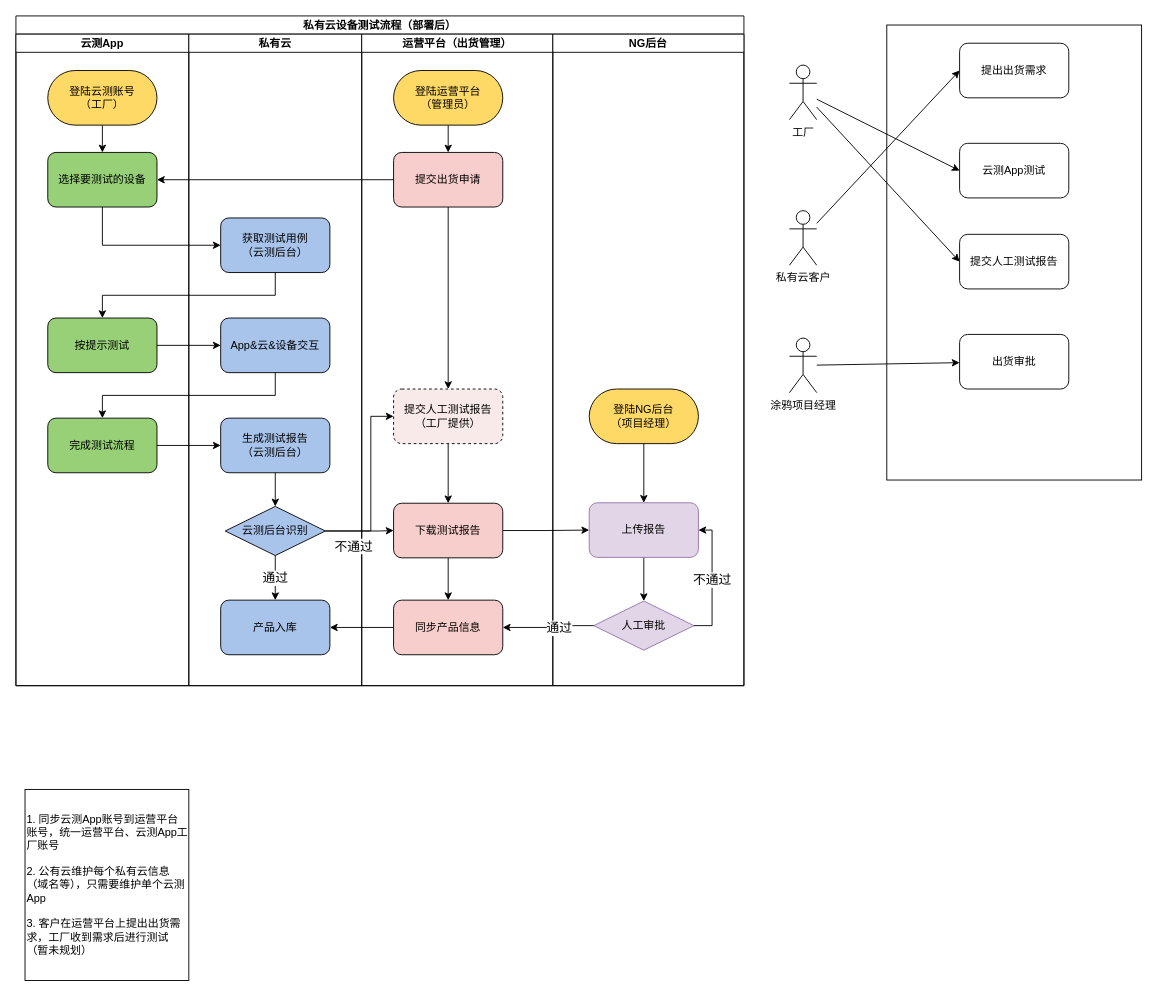
Sidamor/drawio keeps this draw.io diagram as page "出货流程" (4 of 4) of Cube_workflow.drawio. Above is the earlier version. Source tidied: cells renumbered, new cells numbered last; positions are measured from the earlier drawing's top-left corner, leaving out a move shared by most shapes. Both pictures are drawn from the tidied source at 91%, with x=0, y=0 at pixel (15, 15).
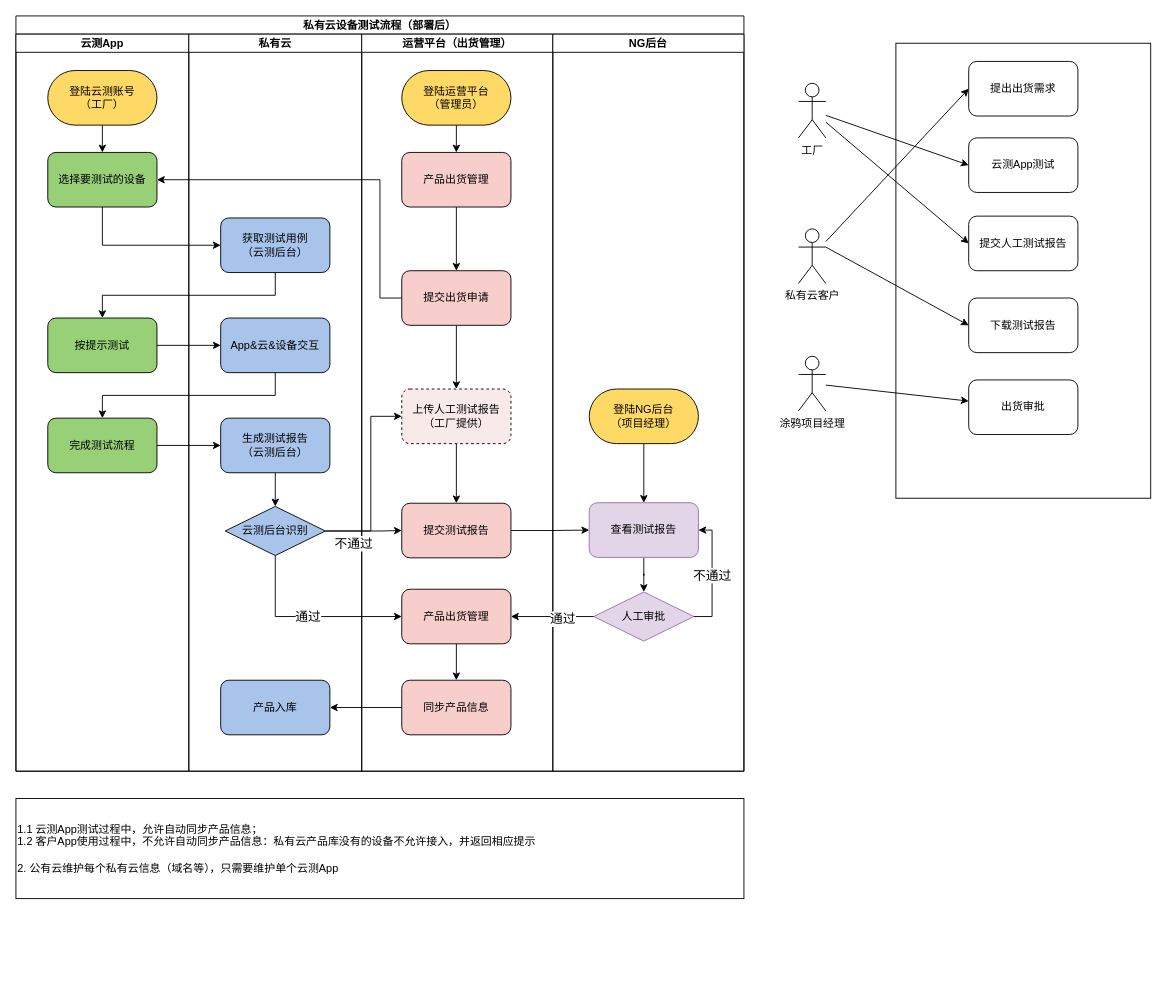
After the change.

Unchanged cells that the change refers to:
```xml
<mxCell id="6" value="私有云客户" style="shape=umlActor;verticalLabelPosition=bottom;verticalAlign=top;html=1;outlineConnect=0;" parent="2" vertex="1">
  <mxGeometry y="204" width="30" height="60" as="geometry" />
</mxCell>
<mxCell id="19" value="选择要测试的设备" style="rounded=1;whiteSpace=wrap;html=1;fillColor=#97D077;" parent="16" vertex="1">
  <mxGeometry x="35" y="130" width="120" height="60" as="geometry" />
</mxCell>
<mxCell id="28" value="云测后台识别" style="rhombus;whiteSpace=wrap;html=1;fillColor=#A9C4EB;" parent="22" vertex="1">
  <mxGeometry x="40" y="519" width="110" height="54" as="geometry" />
</mxCell>
```

Change to the diagram source:
```diff
@@
     <mxCell id="2" style="group;" parent="1" vertex="1">
-      <mxGeometry x="850" y="10" width="387" height="500" as="geometry" />
+      <mxGeometry x="860" y="30" width="387" height="500" as="geometry" />
     </mxCell>
@@
+    <mxCell id="61" style="rounded=0;jettySize=auto;html=1;exitX=1;exitY=0.3333333333333333;exitDx=0;exitDy=0;exitPerimeter=0;entryX=0;entryY=0.5;entryDx=0;entryDy=0;" parent="2" edge="1" source="6" target="62">
+      <mxGeometry relative="1" as="geometry" />
+    </mxCell>
@@
     <mxCell id="7" value="云测App测试" style="rounded=1;whiteSpace=wrap;html=1;" parent="2" vertex="1">
-      <mxGeometry x="187" y="130" width="120" height="60" as="geometry" />
+      <mxGeometry x="187" y="104" width="120" height="60" as="geometry" />
     </mxCell>
@@
     <mxCell id="11" value="提交人工测试报告" style="rounded=1;whiteSpace=wrap;html=1;" parent="2" vertex="1">
-      <mxGeometry x="187" y="230" width="120" height="60" as="geometry" />
+      <mxGeometry x="187" y="190" width="120" height="60" as="geometry" />
     </mxCell>
@@
     <mxCell id="13" value="出货审批" style="rounded=1;whiteSpace=wrap;html=1;" parent="2" vertex="1">
-      <mxGeometry x="187" y="340" width="120" height="60" as="geometry" />
+      <mxGeometry x="187" y="370" width="120" height="60" as="geometry" />
     </mxCell>
@@
+    <mxCell id="62" value="下载测试报告" style="rounded=1;whiteSpace=wrap;html=1;" parent="2" vertex="1">
+      <mxGeometry x="187" y="280" width="120" height="60" as="geometry" />
+    </mxCell>
     <mxCell id="15" value="私有云设备测试流程（部署后）" style="swimlane;startSize=20;" parent="1" vertex="1">
-      <mxGeometry width="800" height="736" as="geometry" />
+      <mxGeometry width="800" height="830" as="geometry" />
     </mxCell>
     <mxCell id="16" value="云测App" style="swimlane;startSize=20;" parent="15" vertex="1">
-      <mxGeometry y="20" width="190" height="716" as="geometry" />
+      <mxGeometry y="20" width="190" height="810" as="geometry" />
     </mxCell>
@@
     <mxCell id="22" value="私有云" style="swimlane;startSize=20;" parent="15" vertex="1">
-      <mxGeometry x="190" y="20" width="190" height="716" as="geometry" />
+      <mxGeometry x="190" y="20" width="190" height="810" as="geometry" />
     </mxCell>
@@
-    <mxCell id="27" value="通过" style="edgeStyle=orthogonalEdgeStyle;rounded=0;jettySize=auto;html=1;exitX=0.5;exitY=1;exitDx=0;exitDy=0;startArrow=none;startFill=0;fontSize=14;" parent="22" edge="1" source="28" target="29">
-      <mxGeometry relative="1" as="geometry" />
-    </mxCell>
@@
     <mxCell id="29" value="产品入库" style="rounded=1;whiteSpace=wrap;html=1;fillColor=#A9C4EB;" parent="22" vertex="1">
-      <mxGeometry x="35" y="622" width="120" height="60" as="geometry" />
+      <mxGeometry x="35" y="710" width="120" height="60" as="geometry" />
     </mxCell>
     <mxCell id="30" value="运营平台（出货管理）" style="swimlane;startSize=20;" parent="15" vertex="1">
-      <mxGeometry x="380" y="20" width="210" height="716" as="geometry" />
+      <mxGeometry x="380" y="20" width="210" height="810" as="geometry" />
     </mxCell>
@@
-    <mxCell id="32" style="edgeStyle=orthogonalEdgeStyle;rounded=0;jettySize=auto;html=1;exitX=0.5;exitY=1;exitDx=0;exitDy=0;entryX=0.5;entryY=0;entryDx=0;entryDy=0;startArrow=none;startFill=0;" parent="30" edge="1" source="33" target="35">
-      <mxGeometry relative="1" as="geometry" />
-    </mxCell>
+    <mxCell id="63" style="edgeStyle=orthogonalEdgeStyle;rounded=0;jettySize=auto;html=1;exitX=0.5;exitY=1;exitDx=0;exitDy=0;entryX=0.5;entryY=0;entryDx=0;entryDy=0;" parent="30" edge="1" source="33" target="67">
+      <mxGeometry relative="1" as="geometry" />
+    </mxCell>
     <mxCell id="33" value="登陆运营平台&lt;br&gt;（管理员）" style="rounded=1;whiteSpace=wrap;html=1;fillColor=#FFD966;arcSize=50;" parent="30" vertex="1">
-      <mxGeometry x="35" y="40" width="120" height="60" as="geometry" />
+      <mxGeometry x="44" y="40" width="120" height="60" as="geometry" />
     </mxCell>
@@
     <mxCell id="35" value="提交出货申请" style="rounded=1;whiteSpace=wrap;html=1;fillColor=#F8CECC;" parent="30" vertex="1">
-      <mxGeometry x="35" y="130" width="120" height="60" as="geometry" />
+      <mxGeometry x="44" y="260" width="120" height="60" as="geometry" />
     </mxCell>
-    <mxCell id="36" value="提交人工测试报告&lt;br&gt;（工厂提供）" style="rounded=1;whiteSpace=wrap;html=1;fillColor=#F8EAE9;dashed=1;" parent="30" vertex="1">
-      <mxGeometry x="35" y="390" width="120" height="60" as="geometry" />
+    <mxCell id="36" value="上传人工测试报告&lt;br&gt;（工厂提供）" style="rounded=1;whiteSpace=wrap;html=1;fillColor=#F8EAE9;dashed=1;" parent="30" vertex="1">
+      <mxGeometry x="44" y="390" width="120" height="60" as="geometry" />
     </mxCell>
-    <mxCell id="37" style="edgeStyle=orthogonalEdgeStyle;rounded=0;jettySize=auto;html=1;startArrow=none;startFill=0;" parent="30" edge="1" source="38" target="39">
-      <mxGeometry relative="1" as="geometry" />
-    </mxCell>
-    <mxCell id="38" value="下载测试报告" style="rounded=1;whiteSpace=wrap;html=1;fillColor=#F8CECC;" parent="30" vertex="1">
-      <mxGeometry x="35" y="515.5" width="120" height="60" as="geometry" />
+    <mxCell id="38" value="提交测试报告" style="rounded=1;whiteSpace=wrap;html=1;fillColor=#F8CECC;" parent="30" vertex="1">
+      <mxGeometry x="44" y="515.5" width="120" height="60" as="geometry" />
     </mxCell>
     <mxCell id="39" value="同步产品信息" style="rounded=1;whiteSpace=wrap;html=1;fillColor=#F8CECC;" parent="30" vertex="1">
-      <mxGeometry x="35" y="622" width="120" height="60" as="geometry" />
+      <mxGeometry x="44" y="710" width="120" height="60" as="geometry" />
     </mxCell>
+    <mxCell id="64" style="edgeStyle=orthogonalEdgeStyle;rounded=0;jettySize=auto;html=1;exitX=0.5;exitY=1;exitDx=0;exitDy=0;entryX=0.5;entryY=0;entryDx=0;entryDy=0;" parent="30" edge="1" source="65" target="39">
+      <mxGeometry relative="1" as="geometry" />
+    </mxCell>
+    <mxCell id="65" value="产品出货管理" style="rounded=1;whiteSpace=wrap;html=1;fillColor=#F8CECC;" parent="30" vertex="1">
+      <mxGeometry x="44" y="610" width="120" height="60" as="geometry" />
+    </mxCell>
+    <mxCell id="66" style="edgeStyle=orthogonalEdgeStyle;rounded=0;jettySize=auto;html=1;exitX=0.5;exitY=1;exitDx=0;exitDy=0;entryX=0.5;entryY=0;entryDx=0;entryDy=0;" parent="30" edge="1" source="67" target="35">
+      <mxGeometry relative="1" as="geometry" />
+    </mxCell>
+    <mxCell id="67" value="产品出货管理" style="rounded=1;whiteSpace=wrap;html=1;fillColor=#F8CECC;" parent="30" vertex="1">
+      <mxGeometry x="44" y="130" width="120" height="60" as="geometry" />
+    </mxCell>
     <mxCell id="40" value="NG后台" style="swimlane;startSize=20;" parent="15" vertex="1">
-      <mxGeometry x="590" y="20" width="210" height="716" as="geometry" />
+      <mxGeometry x="590" y="20" width="210" height="810" as="geometry" />
     </mxCell>
@@
-    <mxCell id="42" value="上传报告" style="rounded=1;whiteSpace=wrap;html=1;fillColor=#e1d5e7;strokeColor=#9673a6;" parent="40" vertex="1">
+    <mxCell id="42" value="查看测试报告" style="rounded=1;whiteSpace=wrap;html=1;fillColor=#e1d5e7;strokeColor=#9673a6;" parent="40" vertex="1">
       <mxGeometry x="40" y="515" width="120" height="60" as="geometry" />
     </mxCell>
@@
     <mxCell id="46" value="人工审批" style="rhombus;whiteSpace=wrap;html=1;fillColor=#e1d5e7;strokeColor=#9673a6;" parent="40" vertex="1">
-      <mxGeometry x="45" y="623" width="110" height="54" as="geometry" />
+      <mxGeometry x="45" y="613" width="110" height="54" as="geometry" />
     </mxCell>
@@
-    <mxCell id="52" style="edgeStyle=orthogonalEdgeStyle;rounded=0;jettySize=auto;html=1;exitX=0;exitY=0.5;exitDx=0;exitDy=0;entryX=1;entryY=0.5;entryDx=0;entryDy=0;startArrow=none;startFill=0;" parent="15" edge="1" source="35" target="19">
-      <mxGeometry relative="1" as="geometry" />
-    </mxCell>
@@
-    <mxCell id="58" style="edgeStyle=orthogonalEdgeStyle;rounded=0;jettySize=auto;html=1;exitX=0;exitY=0.5;exitDx=0;exitDy=0;fontSize=14;startArrow=none;startFill=0;" parent="15" edge="1" source="46" target="39">
+    <mxCell id="58" style="edgeStyle=orthogonalEdgeStyle;rounded=0;jettySize=auto;html=1;exitX=0;exitY=0.5;exitDx=0;exitDy=0;fontSize=14;startArrow=none;startFill=0;entryX=1;entryY=0.5;entryDx=0;entryDy=0;" parent="15" edge="1" source="46" target="65">
       <mxGeometry relative="1" as="geometry" />
     </mxCell>
@@
+    <mxCell id="27" value="通过" style="edgeStyle=orthogonalEdgeStyle;rounded=0;jettySize=auto;html=1;exitX=0.5;exitY=1;exitDx=0;exitDy=0;startArrow=none;startFill=0;fontSize=14;entryX=0;entryY=0.5;entryDx=0;entryDy=0;" parent="15" edge="1" source="28" target="65">
+      <mxGeometry relative="1" as="geometry" />
+    </mxCell>
+    <mxCell id="52" style="edgeStyle=orthogonalEdgeStyle;rounded=0;jettySize=auto;html=1;exitX=0;exitY=0.5;exitDx=0;exitDy=0;entryX=1;entryY=0.5;entryDx=0;entryDy=0;" parent="15" edge="1" source="35" target="19">
+      <mxGeometry relative="1" as="geometry">
+        <Array as="points">
+          <mxPoint x="400" y="310" />
+          <mxPoint x="400" y="180" />
+        </Array>
+      </mxGeometry>
+    </mxCell>
-    <mxCell id="60" value="&lt;span style=&quot;&quot;&gt;1.&amp;nbsp;&lt;/span&gt;&lt;span style=&quot;&quot;&gt;同步云测App账号到运营平台账号，统一运营平台、云测App工厂账号&lt;br&gt;&lt;br&gt;2. 公有云维护每个私有云信息（域名等），只需要维护单个云测App&lt;br&gt;&lt;br&gt;3. 客户在运营平台上提出出货需求，工厂收到需求后进行测试（暂未规划）&lt;/span&gt;" style="rounded=0;whiteSpace=wrap;html=1;fillColor=none;align=left;" parent="1" vertex="1">
-      <mxGeometry x="10" y="850" width="180" height="210" as="geometry" />
+    <mxCell id="60" value="&lt;span style=&quot;&quot;&gt;1.1 云测App测试过程中，允许自动同步产品信息；&lt;br&gt;1.2 客户App使用过程中，不允许自动同步产品信息：私有云产品库没有的设备不允许接入，并返回相应提示&lt;br&gt;&lt;br&gt;2. 公有云维护每个私有云信息（域名等），只需要维护单个云测App&lt;/span&gt;" style="rounded=0;whiteSpace=wrap;html=1;fillColor=none;align=left;" parent="1" vertex="1">
+      <mxGeometry y="860" width="800" height="110" as="geometry" />
     </mxCell>
```
